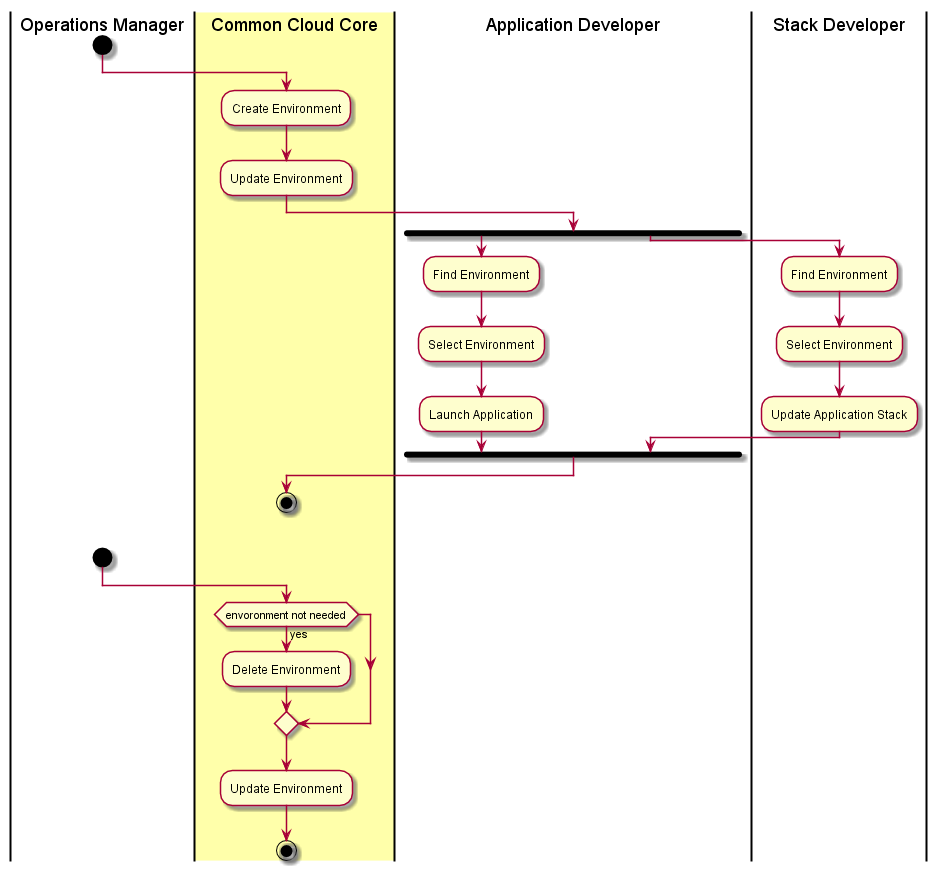
Earlier version of the PlantUML export docs/UseCases/Manage-Environments/Activities.png (CAADE/C3). Source of this version:
```plantuml
@startuml
|Operations Manager|
start
|#ffffaa|Common Cloud Core|
:Create Environment;
:Update Environment;
fork
|Application Developer|
:Find Environment;
:Select Environment;
:Launch Application;
fork again
|Stack Developer|
:Find Environment;
:Select Environment;
:Update Application Stack;
end fork
|Common Cloud Core|
stop
|Operations Manager|
start
|Common Cloud Core|
if(envoronment not needed) then (yes)
:Delete Environment;
endif
:Update Environment;
stop
@enduml
```
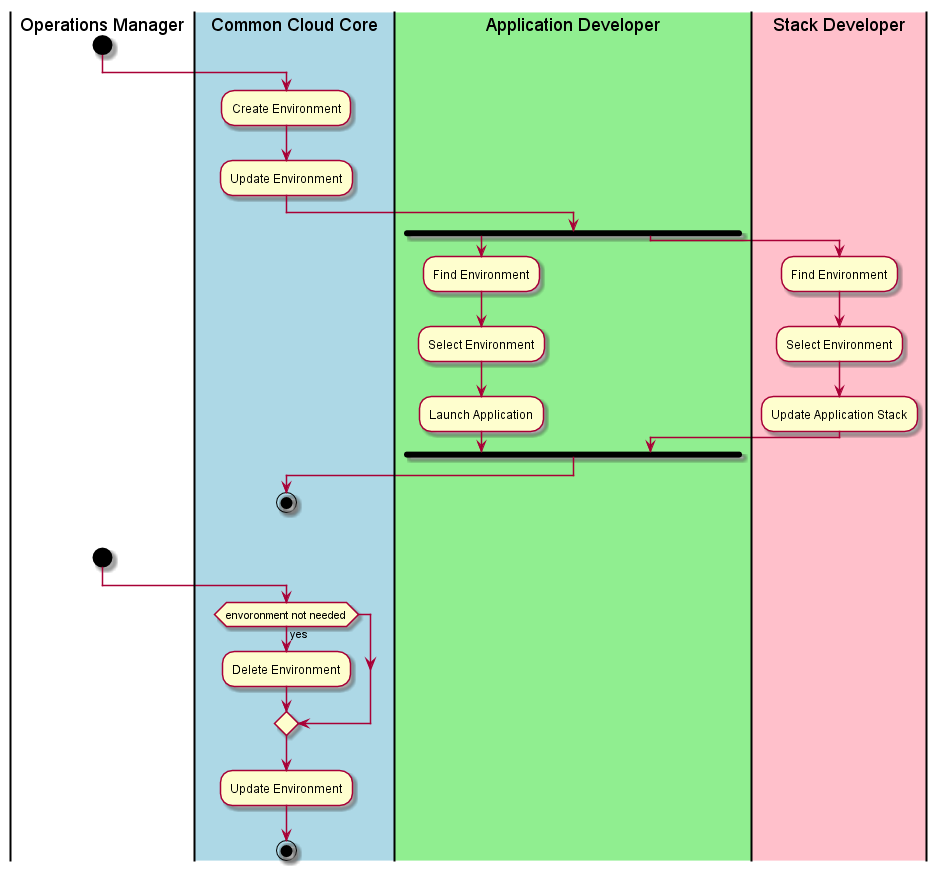
Above is the later version.

What changed in the source:
```diff
@@ -1,16 +1,16 @@
 @startuml
 |Operations Manager|
 start
-|#ffffaa|Common Cloud Core|
+|#lightblue|Common Cloud Core|
 :Create Environment;
 :Update Environment;
 fork
-|Application Developer|
+|#lightgreen|Application Developer|
 :Find Environment;
 :Select Environment;
 :Launch Application;
 fork again
-|Stack Developer|
+|#pink|Stack Developer|
 :Find Environment;
 :Select Environment;
 :Update Application Stack;
```
